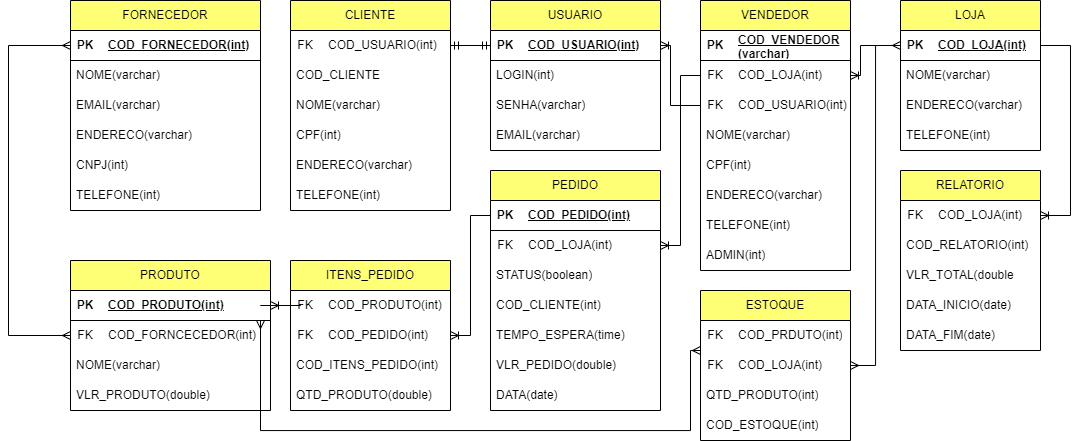
Earlier version of the draw.io export ProjetoLógicoZéDelivery/zedelivery.drawio.png (NicolasKevin2/BD). Source tidied: cells renumbered, new cells last; positions are measured from the earlier drawing's top-left corner, leaving out a move shared by most shapes.
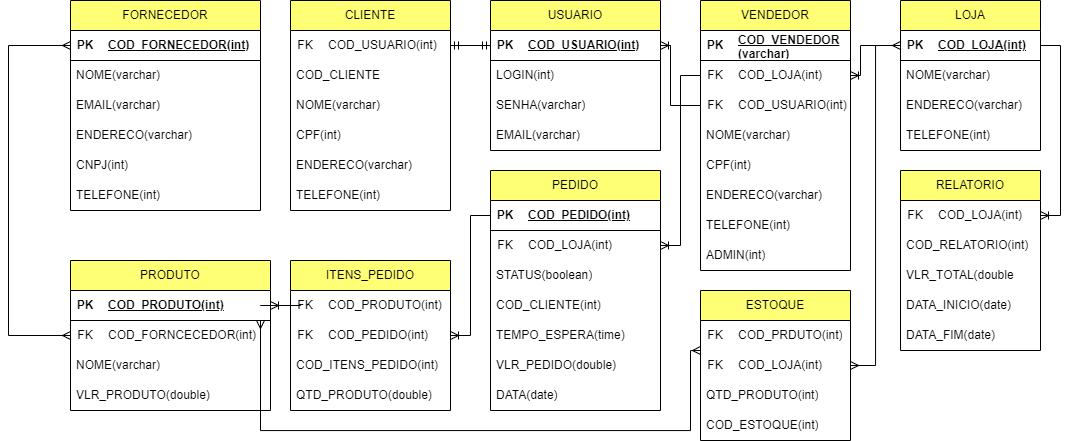
The same file after the commit.

What changed in the source:
```diff
@@ -337,8 +337,13 @@
     <mxCell id="111" style="edgeStyle=orthogonalEdgeStyle;fontSize=12;html=1;endArrow=ERmany;startArrow=ERmany;rounded=0;" parent="1" edge="1" source="96" target="38">
       <mxGeometry relative="1" as="geometry" />
     </mxCell>
-    <mxCell id="112" style="edgeStyle=entityRelationEdgeStyle;fontSize=12;html=1;endArrow=ERoneToMany;rounded=0;" parent="1" edge="1" source="38" target="103">
-      <mxGeometry relative="1" as="geometry" />
+    <mxCell id="112" style="edgeStyle=orthogonalEdgeStyle;fontSize=12;html=1;endArrow=ERoneToMany;rounded=0;" parent="1" edge="1" source="38" target="103">
+      <mxGeometry relative="1" as="geometry">
+        <Array as="points">
+          <mxPoint x="1052" y="45" />
+          <mxPoint x="1052" y="215" />
+        </Array>
+      </mxGeometry>
     </mxCell>
     <mxCell id="113" style="edgeStyle=orthogonalEdgeStyle;fontSize=12;html=1;endArrow=ERoneToMany;rounded=0;" parent="1" edge="1" source="25" target="50">
       <mxGeometry relative="1" as="geometry" />
```
